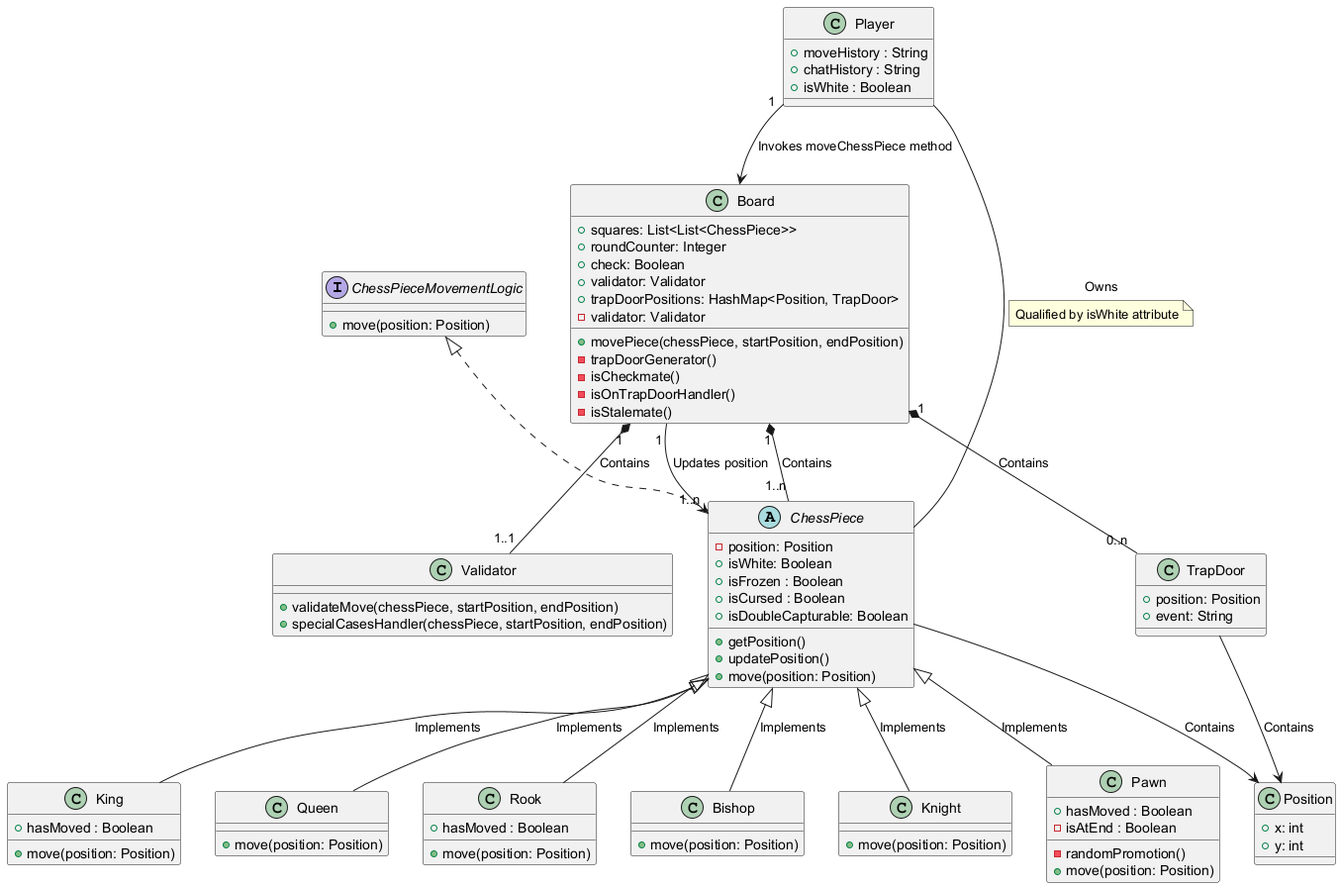
The PlantUML diagram umlClassBuilding/classDiagrams.png in ThisIs-RJP/CSC1046, before a commit.
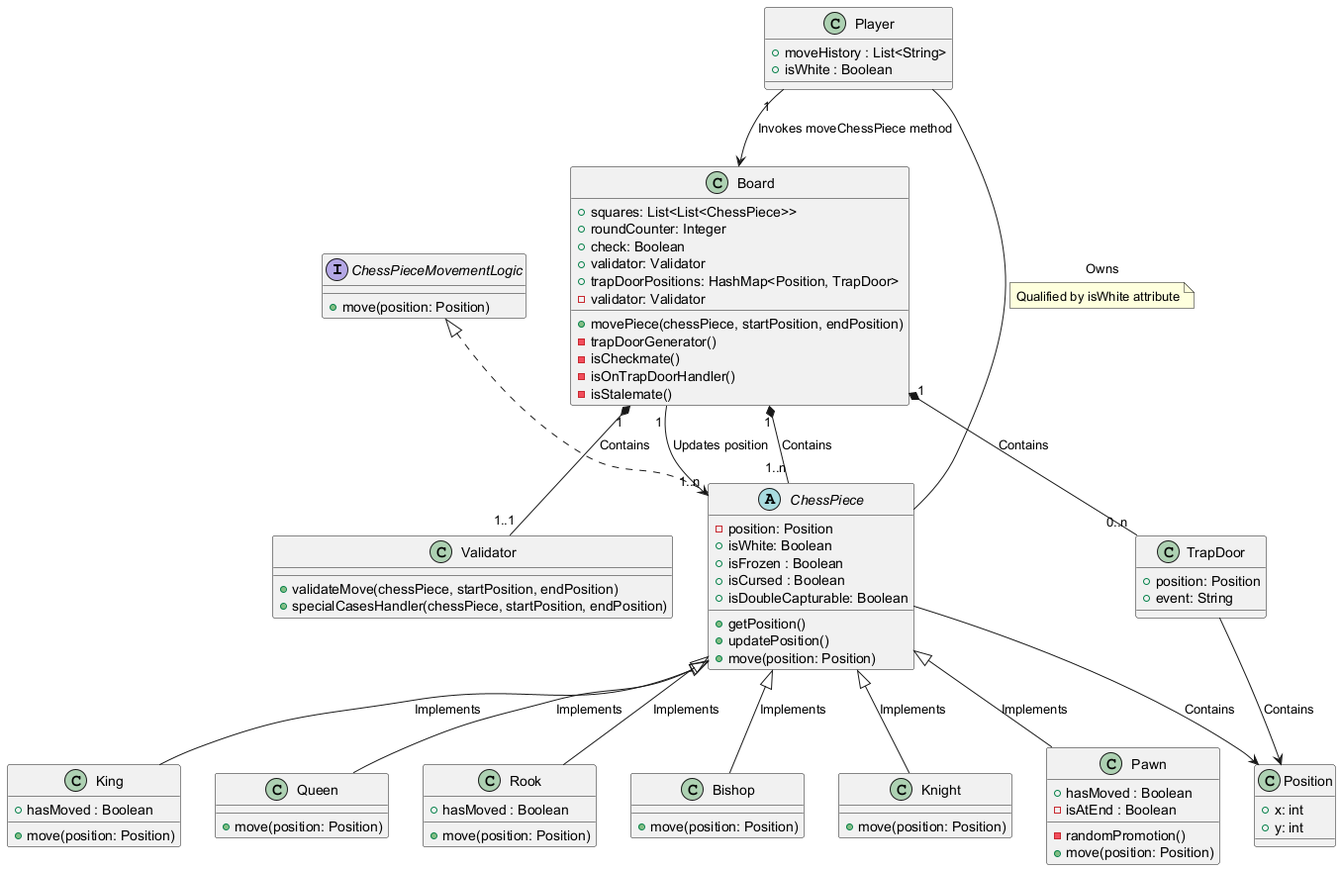
Later version of the same file.

Commit message:
Removed the chatHistory for player class

Diff of the diagram source:
```diff
@@ -74,8 +74,7 @@
 }
 
 class Player {
-    + moveHistory : String
-    + chatHistory : String
+    + moveHistory : List<String>
     + isWhite : Boolean
 }
 
```
